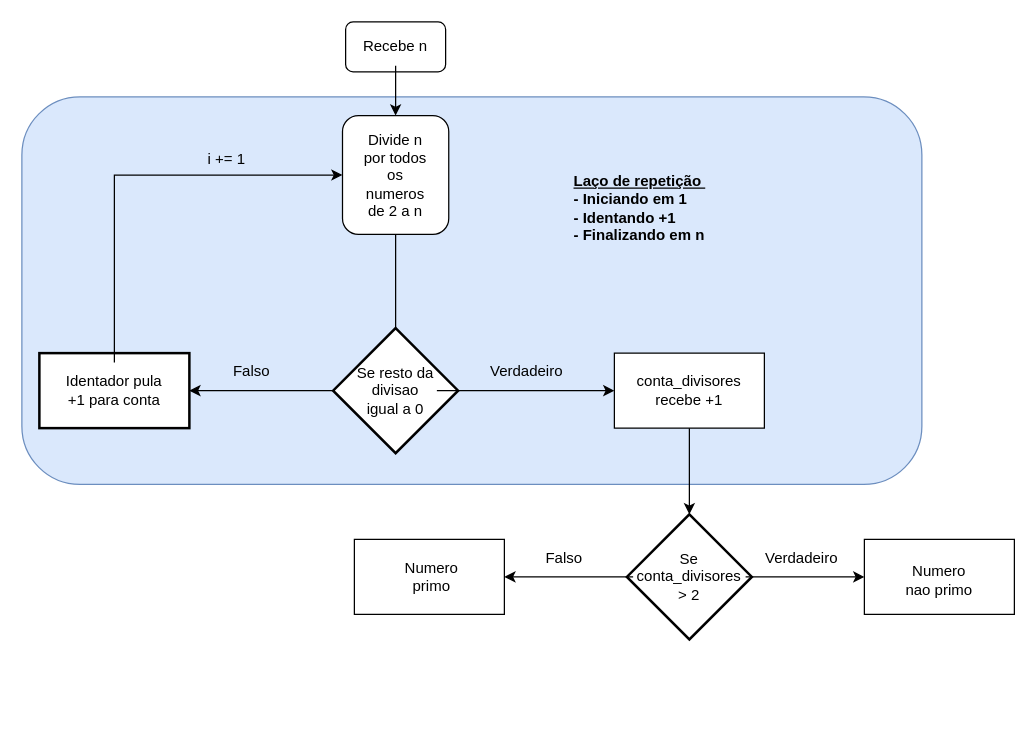
Earlier version of the draw.io diagram ALGORITMO/Questao4.drawio (Braga-Pedro/TADS_Disciplinas). Source tidied: cells renumbered, new cells numbered last; positions are measured from the earlier drawing's top-left corner, leaving out a move shared by most shapes. Both pictures are drawn from the tidied source at 125%, with x=0, y=0 at pixel (21, 21).
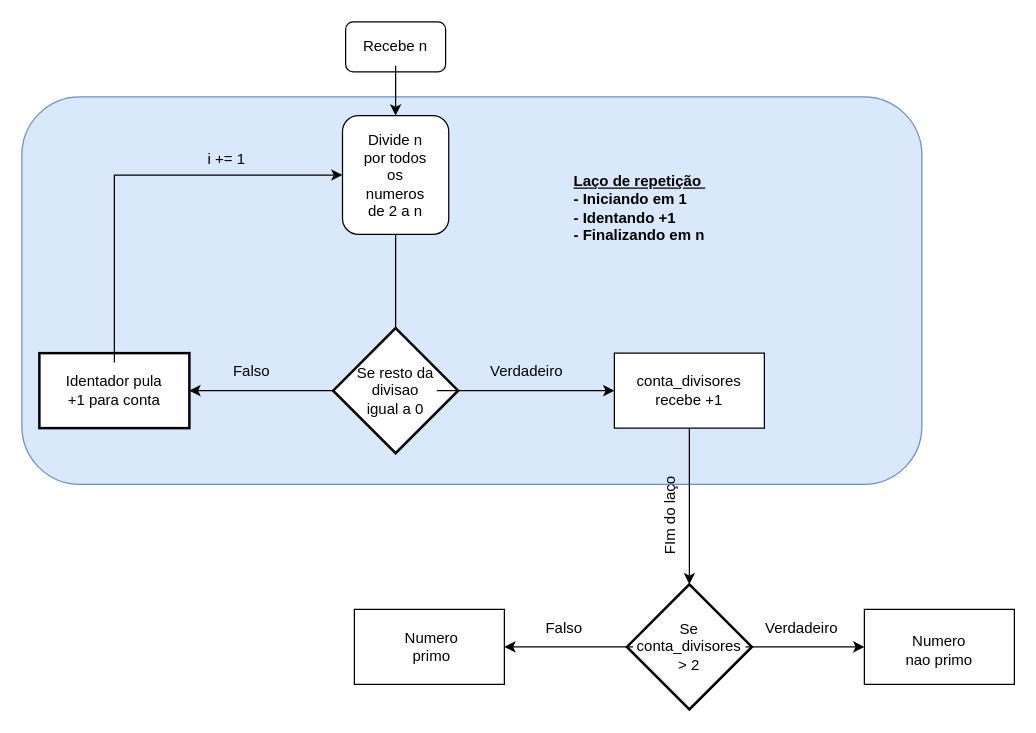
After the change.

Commit message:
Inserindo laço de repetição, para verificar o número que anota os primos e verificar na saída

What changed in the source:
```diff
@@
     <mxCell id="21" style="strokeWidth=2;html=1;shape=mxgraph.flowchart.decision;whiteSpace=wrap;" parent="1" vertex="1">
-      <mxGeometry x="484" y="394" width="100" height="100" as="geometry" />
+      <mxGeometry x="484" y="450" width="100" height="100" as="geometry" />
     </mxCell>
@@
     <mxCell id="25" value="Se conta_divisores &amp;gt; 2" style="text;strokeColor=none;align=center;fillColor=none;html=1;verticalAlign=middle;whiteSpace=wrap;rounded=0;" parent="1" vertex="1">
-      <mxGeometry x="489" y="421" width="90" height="46" as="geometry" />
+      <mxGeometry x="489" y="477" width="90" height="46" as="geometry" />
     </mxCell>
     <mxCell id="26" style="whiteSpace=wrap;html=1;" parent="1" vertex="1">
-      <mxGeometry x="674" y="414" width="120" height="60" as="geometry" />
+      <mxGeometry x="674" y="470" width="120" height="60" as="geometry" />
     </mxCell>
     <mxCell id="27" value="Numero nao primo" style="text;strokeColor=none;align=center;fillColor=none;html=1;verticalAlign=middle;whiteSpace=wrap;rounded=0;" parent="1" vertex="1">
-      <mxGeometry x="704" y="435" width="60" height="24" as="geometry" />
+      <mxGeometry x="704" y="491" width="60" height="24" as="geometry" />
     </mxCell>
     <mxCell id="28" value="Verdadeiro" style="text;strokeColor=none;align=center;fillColor=none;html=1;verticalAlign=middle;whiteSpace=wrap;rounded=0;" parent="1" vertex="1">
-      <mxGeometry x="594" y="414" width="60" height="30" as="geometry" />
+      <mxGeometry x="594" y="470" width="60" height="30" as="geometry" />
     </mxCell>
     <mxCell id="29" style="whiteSpace=wrap;html=1;" parent="1" vertex="1">
-      <mxGeometry x="266" y="414" width="120" height="60" as="geometry" />
+      <mxGeometry x="266" y="470" width="120" height="60" as="geometry" />
     </mxCell>
     <mxCell id="30" value="Numero primo" style="text;strokeColor=none;align=center;fillColor=none;html=1;verticalAlign=middle;whiteSpace=wrap;rounded=0;" parent="1" vertex="1">
-      <mxGeometry x="298" y="429" width="60" height="30" as="geometry" />
+      <mxGeometry x="298" y="485" width="60" height="30" as="geometry" />
     </mxCell>
     <mxCell id="31" value="Falso" style="text;strokeColor=none;align=center;fillColor=none;html=1;verticalAlign=middle;whiteSpace=wrap;rounded=0;" parent="1" vertex="1">
-      <mxGeometry x="404" y="414" width="60" height="30" as="geometry" />
+      <mxGeometry x="404" y="470" width="60" height="30" as="geometry" />
     </mxCell>
@@
+    <mxCell id="33" value="FIm do laço" style="text;strokeColor=none;align=center;fillColor=none;html=1;verticalAlign=middle;whiteSpace=wrap;rounded=0;rotation=-90;" parent="1" vertex="1">
+      <mxGeometry x="474" y="380" width="90" height="30" as="geometry" />
+    </mxCell>
```
